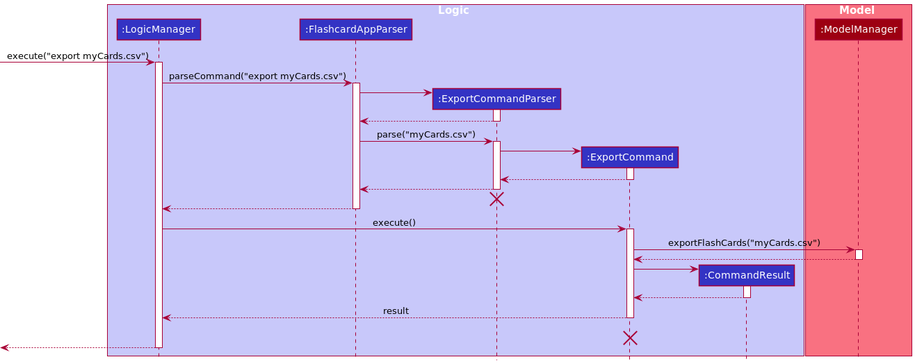
Before: docs/images/ExportSequenceDiagram.png, a diagram exported from PlantUML (sharmainec/tp).
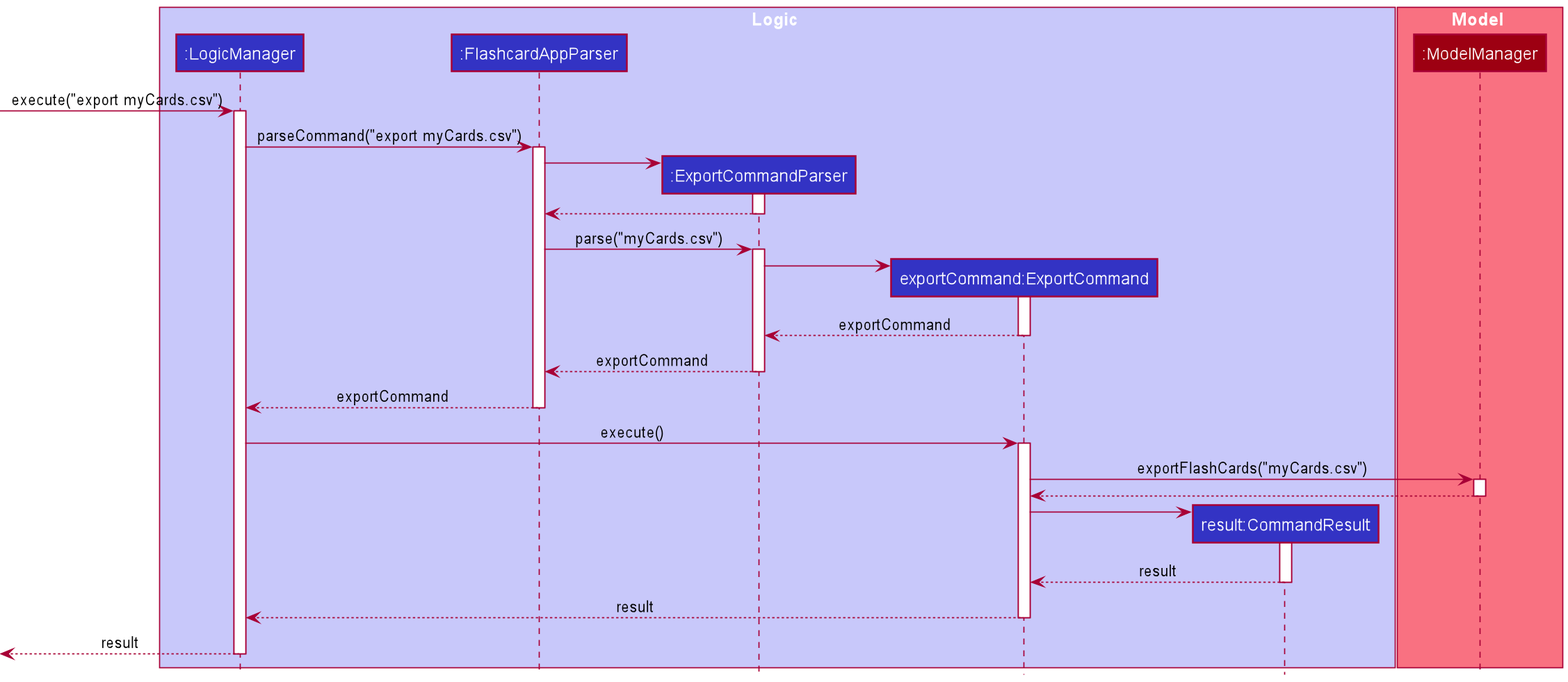
After the commit.

Diff of the diagram source:
```diff
@@ -5,8 +5,8 @@
 participant ":LogicManager" as LogicManager LOGIC_COLOR
 participant ":FlashcardAppParser" as FlashcardAppParser LOGIC_COLOR
 participant ":ExportCommandParser" as ExportCommandParser LOGIC_COLOR
-participant ":ExportCommand" as ExportCommand LOGIC_COLOR
-participant ":CommandResult" as CommandResult LOGIC_COLOR
+participant "exportCommand:ExportCommand" as ExportCommand LOGIC_COLOR
+participant "result:CommandResult" as CommandResult LOGIC_COLOR
 end box
 
 box Model MODEL_COLOR_T1
@@ -33,16 +33,13 @@
 ExportCommandParser -> ExportCommand
 activate ExportCommand
 
-ExportCommand --> ExportCommandParser
+ExportCommand --> ExportCommandParser:exportCommand
 deactivate ExportCommand
 
-ExportCommandParser --> FlashcardAppParser
+ExportCommandParser --> FlashcardAppParser:exportCommand
 deactivate ExportCommandParser
 
-ExportCommandParser -[hidden]-> FlashcardAppParser
-destroy ExportCommandParser
-
-FlashcardAppParser --> LogicManager
+FlashcardAppParser --> LogicManager:exportCommand
 deactivate FlashcardAppParser
 
 LogicManager -> ExportCommand : execute()
@@ -58,15 +55,12 @@
 ExportCommand -> CommandResult
 activate CommandResult
 
-CommandResult --> ExportCommand
+CommandResult --> ExportCommand:result
 deactivate CommandResult
 
 ExportCommand --> LogicManager : result
 deactivate ExportCommand
 
-ExportCommand -[hidden]-> LogicManager : result
-destroy ExportCommand
-
-[<--LogicManager
+[<--LogicManager:result
 deactivate LogicManager
 @enduml
```
